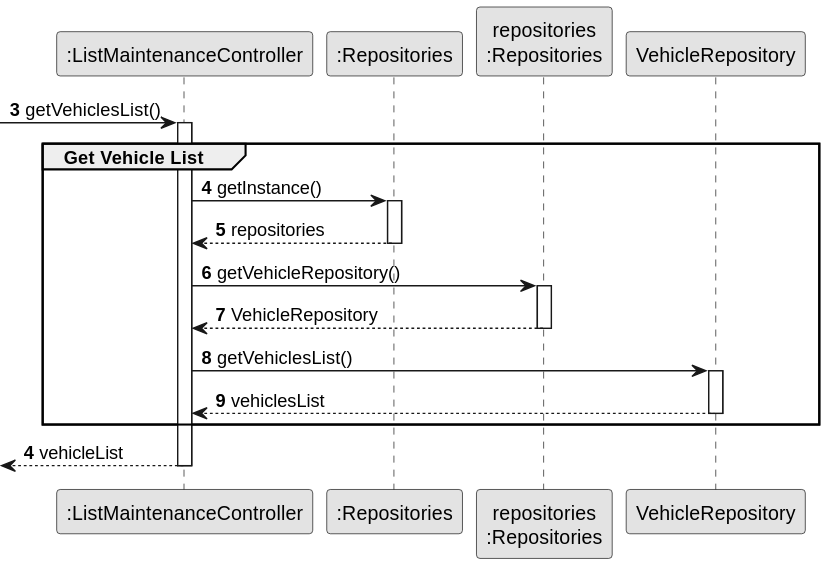
Above: docs/sprintB/us008/03.design/svg/us008-sequence-diagram-partial-get-vehicle-list.svg in ricardomm7/leaflink (PlantUML), before the change.
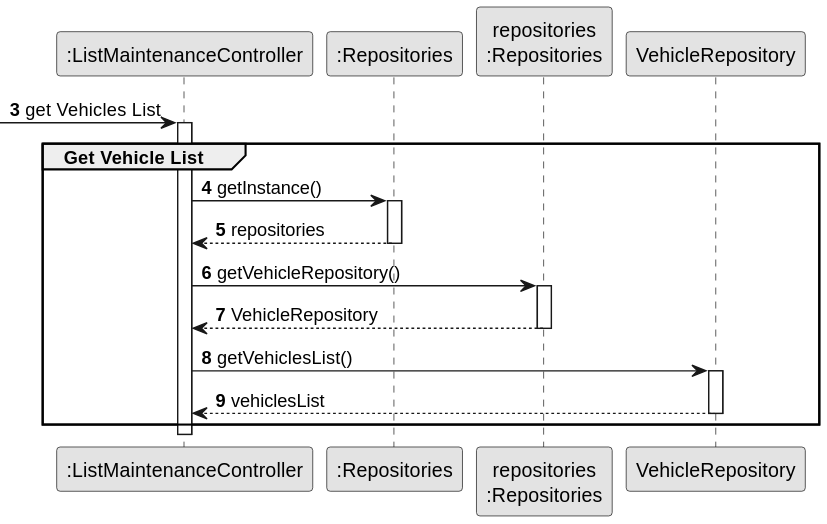
The same file after the commit.

What changed in the source:
```diff
@@ -12,7 +12,7 @@
 
 autonumber 3
 
- -> CTRL : getVehiclesList()
+ -> CTRL : get Vehicles List
 activate CTRL
     group Get Vehicle List
 
@@ -38,6 +38,5 @@
     end
 
     autonumber 4
-    <-- CTRL  : vehicleList
 deactivate CTRL
 @enduml
```
